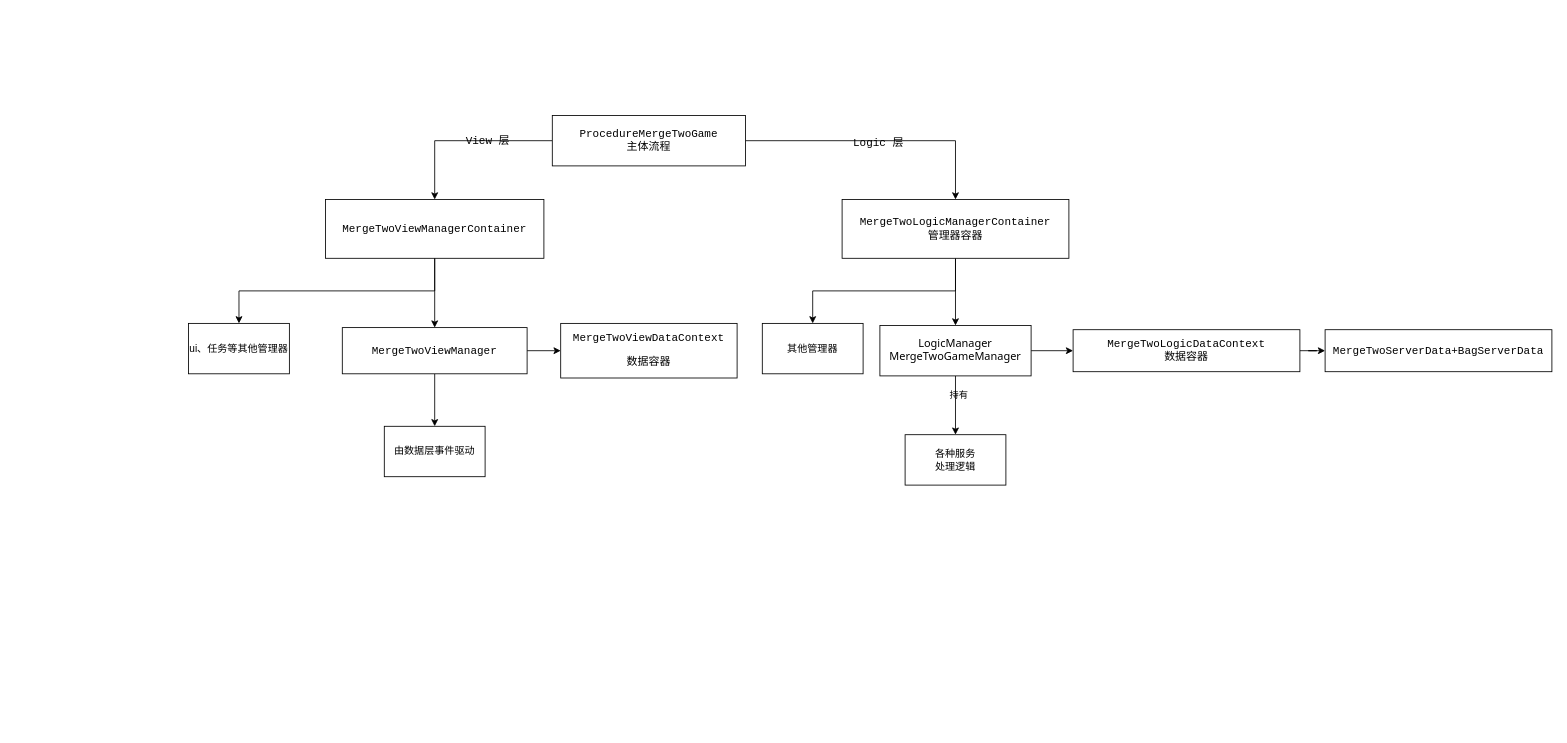
Earlier version of the draw.io diagram 二合项目.drawio (cliang/drawio). Source tidied: cells renumbered, new cells numbered last; positions are measured from the earlier drawing's top-left corner, leaving out a move shared by most shapes. Both pictures are drawn from the tidied source at 84%, with x=0, y=0 at pixel (188, 115).
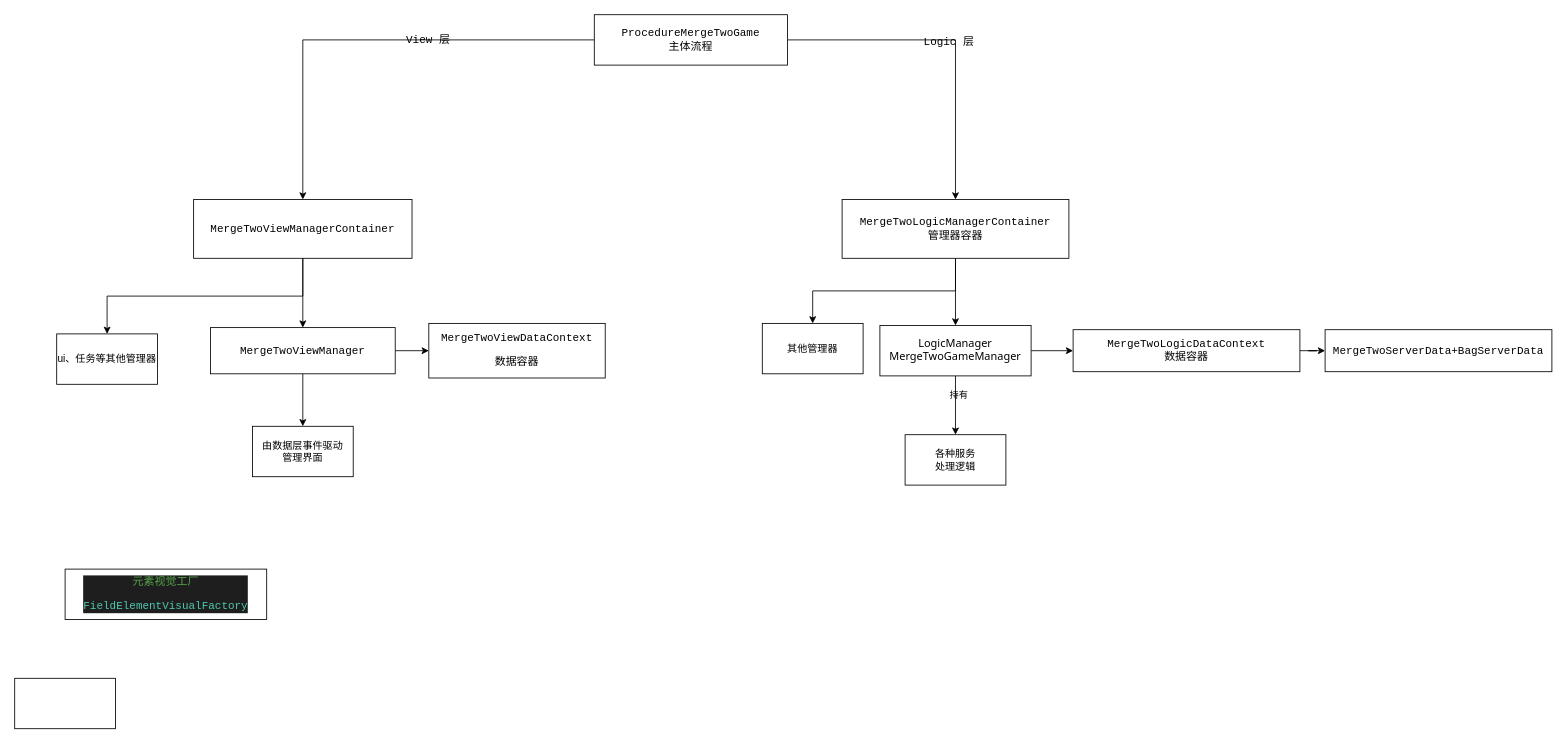
The same diagram, later.

Commit message (it also covers changes not shown here):
更新二合项目.drawio

Diff of the diagram source:
```diff
@@
     <mxCell id="17" value="&lt;div style=&quot;&quot;&gt;&lt;pre style=&quot;font-family:'JetBrains Mono',monospace;font-size:9.8pt;&quot;&gt;ProcedureMergeTwoGame&lt;br&gt;主体流程&lt;br&gt;&lt;/pre&gt;&lt;/div&gt;" style="whiteSpace=wrap;html=1;fontColor=default;labelBackgroundColor=none;" parent="1" vertex="1">
-      <mxGeometry x="433" width="230" height="60" as="geometry" />
+      <mxGeometry x="483" y="-120" width="230" height="60" as="geometry" />
     </mxCell>
@@
     <mxCell id="19" value="&lt;div style=&quot;&quot;&gt;&lt;pre style=&quot;font-family:'JetBrains Mono',monospace;font-size:9.8pt;&quot;&gt;MergeTwoViewManagerContainer&lt;/pre&gt;&lt;/div&gt;" style="whiteSpace=wrap;html=1;fontColor=default;labelBackgroundColor=none;" parent="1" vertex="1">
-      <mxGeometry x="163" y="100" width="260" height="70" as="geometry" />
+      <mxGeometry x="6" y="100" width="260" height="70" as="geometry" />
     </mxCell>
@@
     <mxCell id="24" value="&lt;div style=&quot;&quot;&gt;&lt;pre style=&quot;font-family:'JetBrains Mono',monospace;font-size:9.8pt;&quot;&gt;MergeTwoViewManager&lt;/pre&gt;&lt;/div&gt;" style="whiteSpace=wrap;html=1;fontColor=default;labelBackgroundColor=none;" parent="1" vertex="1">
-      <mxGeometry x="183" y="252.5" width="220" height="55" as="geometry" />
+      <mxGeometry x="26" y="252.5" width="220" height="55" as="geometry" />
     </mxCell>
     <mxCell id="25" value="&lt;div style=&quot;&quot;&gt;&lt;pre style=&quot;font-family:'JetBrains Mono',monospace;font-size:9.8pt;&quot;&gt;MergeTwoViewDataContext&lt;br&gt;&lt;pre style=&quot;font-family: &amp;quot;JetBrains Mono&amp;quot;, monospace; font-size: 9.8pt;&quot;&gt;数据容器&lt;/pre&gt;&lt;/pre&gt;&lt;/div&gt;" style="whiteSpace=wrap;html=1;fontColor=default;labelBackgroundColor=none;" parent="1" vertex="1">
-      <mxGeometry x="443" y="247.5" width="210" height="65" as="geometry" />
+      <mxGeometry x="286" y="247.5" width="210" height="65" as="geometry" />
     </mxCell>
     <mxCell id="26" value="ui、任务等其他管理器" style="whiteSpace=wrap;html=1;labelBackgroundColor=none;" parent="1" vertex="1">
-      <mxGeometry y="247.5" width="120" height="60" as="geometry" />
+      <mxGeometry x="-157" y="260" width="120" height="60" as="geometry" />
     </mxCell>
-    <mxCell id="27" value="由数据层事件驱动" style="whiteSpace=wrap;html=1;labelBackgroundColor=none;" parent="1" vertex="1">
-      <mxGeometry x="233" y="370" width="120" height="60" as="geometry" />
+    <mxCell id="27" value="由数据层事件驱动&lt;div&gt;管理界面&lt;/div&gt;" style="whiteSpace=wrap;html=1;labelBackgroundColor=none;" parent="1" vertex="1">
+      <mxGeometry x="76" y="370" width="120" height="60" as="geometry" />
     </mxCell>
+    <mxCell id="28" value="&lt;div style=&quot;background-color: rgb(30, 30, 30); color: rgb(220, 220, 220);&quot;&gt;&lt;pre style=&quot;font-family:'Courier New',monospace;font-size:9.8pt;&quot;&gt;&lt;span style=&quot;color: rgb(87, 166, 74);&quot;&gt;元素视觉工厂&lt;br&gt;&lt;div style=&quot;color: rgb(220, 220, 220);&quot;&gt;&lt;pre style=&quot;font-family:'JetBrains Mono',monospace;font-size:9.8pt;&quot;&gt;&lt;span style=&quot;color:#4dc9b0;&quot;&gt;FieldElementVisualFactory&lt;/span&gt;&lt;/pre&gt;&lt;/div&gt;&lt;/span&gt;&lt;/pre&gt;&lt;/div&gt;" style="whiteSpace=wrap;html=1;" parent="1" vertex="1">
+      <mxGeometry x="-147" y="540" width="240" height="60" as="geometry" />
+    </mxCell>
+    <mxCell id="29" style="rounded=0;whiteSpace=wrap;html=1;" parent="1" vertex="1">
+      <mxGeometry x="-207" y="670" width="120" height="60" as="geometry" />
+    </mxCell>
```
